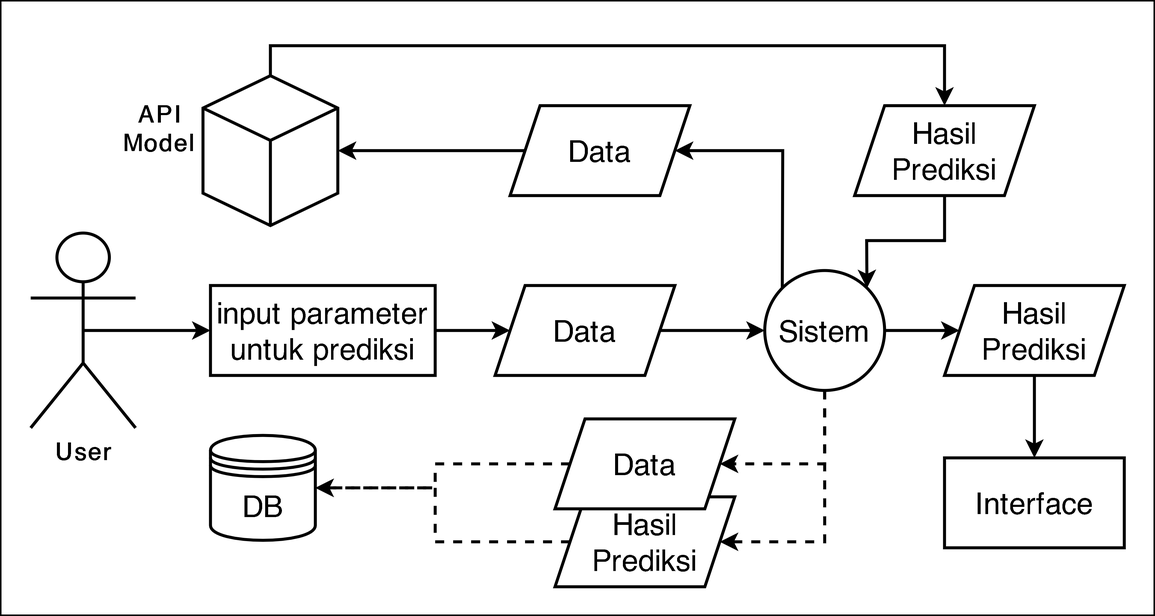
Earlier version of the draw.io export Images/arsitektur_sistem.png (rshby/skripsi). Source tidied: cells renumbered, new cells last; positions are measured from the earlier drawing's top-left corner, leaving out a move shared by most shapes.
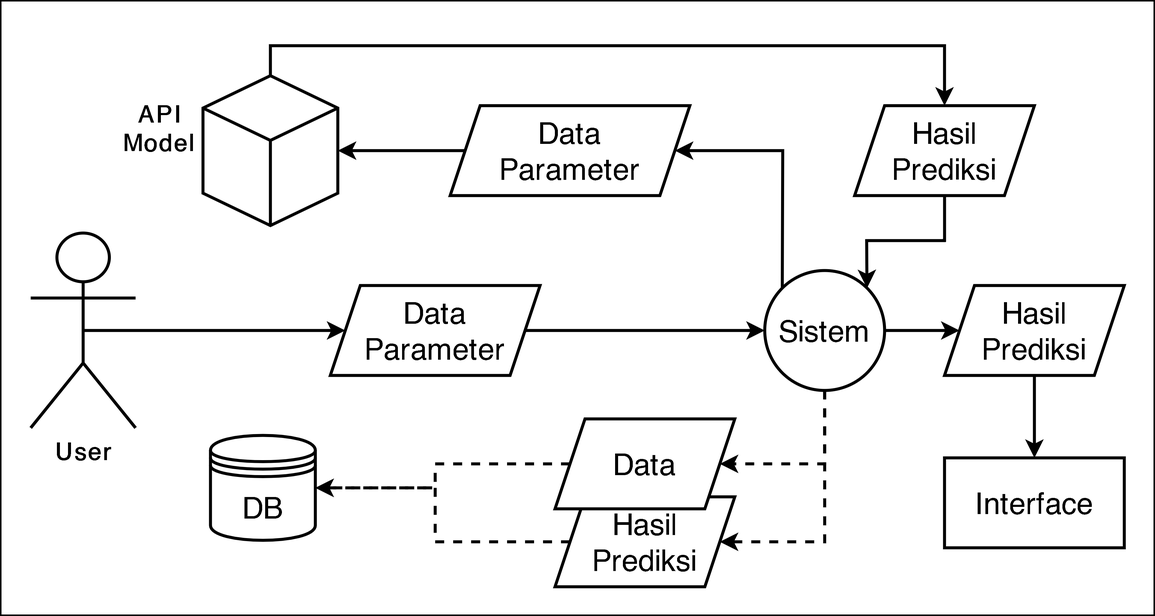
The same file after the commit.

Commit message:
Update revisi bab 3 flowchart dan arsitektur siste, dan model perancangan database

Change to the diagram source:
```diff
@@ -11,45 +11,39 @@
     <mxCell id="4" value="&lt;font style=&quot;font-size: 16px&quot;&gt;&lt;b&gt;User&lt;/b&gt;&lt;/font&gt;" style="shape=umlActor;verticalLabelPosition=bottom;verticalAlign=top;html=1;outlineConnect=0;strokeWidth=2;" parent="2" vertex="1">
       <mxGeometry x="20" y="155" width="70" height="130" as="geometry" />
     </mxCell>
-    <mxCell id="5" value="&lt;font style=&quot;font-size: 20px&quot;&gt;input parameter&lt;br&gt;untuk prediksi&lt;/font&gt;" style="rounded=0;whiteSpace=wrap;html=1;strokeWidth=2;" parent="2" vertex="1">
-      <mxGeometry x="140" y="190" width="150" height="60" as="geometry" />
-    </mxCell>
     <mxCell id="6" value="&lt;font style=&quot;font-size: 20px&quot;&gt;Interface&lt;/font&gt;" style="rounded=0;whiteSpace=wrap;html=1;strokeWidth=2;" parent="2" vertex="1">
       <mxGeometry x="630" y="305" width="120" height="60" as="geometry" />
     </mxCell>
     <mxCell id="7" style="endArrow=classic;html=1;exitX=0.5;exitY=1;exitDx=0;exitDy=0;entryX=0.5;entryY=0;entryDx=0;entryDy=0;strokeWidth=2;" parent="2" edge="1" source="18" target="6">
-      <mxGeometry relative="1" as="geometry" />
+      <mxGeometry as="geometry" />
     </mxCell>
     <mxCell id="8" value="&lt;font style=&quot;font-size: 20px&quot;&gt;Hasil&lt;br&gt;Prediksi&lt;/font&gt;" style="shape=parallelogram;perimeter=parallelogramPerimeter;whiteSpace=wrap;html=1;fixedSize=1;strokeWidth=2;" parent="2" vertex="1">
       <mxGeometry x="570" y="70" width="120" height="60" as="geometry" />
     </mxCell>
-    <mxCell id="9" value="&lt;span style=&quot;font-size: 20px&quot;&gt;Data&lt;/span&gt;" style="shape=parallelogram;perimeter=parallelogramPerimeter;whiteSpace=wrap;html=1;fixedSize=1;strokeWidth=2;" parent="2" vertex="1">
-      <mxGeometry x="330" y="190" width="120" height="60" as="geometry" />
+    <mxCell id="9" value="&lt;span style=&quot;font-size: 20px&quot;&gt;Data&lt;br&gt;Parameter&lt;/span&gt;" style="shape=parallelogram;perimeter=parallelogramPerimeter;whiteSpace=wrap;html=1;fixedSize=1;strokeWidth=2;" parent="2" vertex="1">
+      <mxGeometry x="220" y="190" width="140" height="60" as="geometry" />
     </mxCell>
-    <mxCell id="10" value="&lt;span style=&quot;font-size: 20px&quot;&gt;Data&lt;/span&gt;" style="shape=parallelogram;perimeter=parallelogramPerimeter;whiteSpace=wrap;html=1;fixedSize=1;strokeWidth=2;" parent="2" vertex="1">
-      <mxGeometry x="340" y="70" width="120" height="60" as="geometry" />
+    <mxCell id="10" value="&lt;span style=&quot;font-size: 20px&quot;&gt;Data&lt;br&gt;Parameter&lt;br&gt;&lt;/span&gt;" style="shape=parallelogram;perimeter=parallelogramPerimeter;whiteSpace=wrap;html=1;fixedSize=1;strokeWidth=2;" parent="2" vertex="1">
+      <mxGeometry x="300" y="70" width="160" height="60" as="geometry" />
     </mxCell>
-    <mxCell id="11" style="endArrow=classic;html=1;strokeWidth=2;exitX=0.5;exitY=0.5;exitDx=0;exitDy=0;exitPerimeter=0;entryX=0;entryY=0.5;entryDx=0;entryDy=0;" parent="2" edge="1" source="4" target="5">
-      <mxGeometry relative="1" as="geometry" />
+    <mxCell id="11" style="endArrow=classic;html=1;strokeWidth=2;exitX=0.5;exitY=0.5;exitDx=0;exitDy=0;exitPerimeter=0;entryX=0;entryY=0.5;entryDx=0;entryDy=0;" parent="2" edge="1" source="4" target="9">
+      <mxGeometry as="geometry" />
     </mxCell>
-    <mxCell id="12" style="endArrow=classic;html=1;strokeWidth=2;exitX=1;exitY=0.5;exitDx=0;exitDy=0;entryX=0;entryY=0.5;entryDx=0;entryDy=0;" parent="2" edge="1" source="5" target="9">
-      <mxGeometry relative="1" as="geometry" />
-    </mxCell>
     <mxCell id="13" style="endArrow=classic;html=1;strokeWidth=2;exitX=1;exitY=0.5;exitDx=0;exitDy=0;entryX=0;entryY=0.5;entryDx=0;entryDy=0;" parent="2" edge="1" source="9" target="27">
-      <mxGeometry relative="1" as="geometry" />
+      <mxGeometry as="geometry" />
     </mxCell>
     <mxCell id="14" style="endArrow=classic;html=1;strokeWidth=2;exitX=0;exitY=0;exitDx=0;exitDy=0;entryX=1;entryY=0.5;entryDx=0;entryDy=0;rounded=0;" parent="2" edge="1" source="27" target="10">
-      <mxGeometry relative="1" as="geometry">
+      <mxGeometry as="geometry">
         <Array as="points">
           <mxPoint x="522" y="100" />
         </Array>
       </mxGeometry>
     </mxCell>
     <mxCell id="15" style="endArrow=classic;html=1;strokeWidth=2;exitX=0;exitY=0.5;exitDx=0;exitDy=0;entryX=1;entryY=0.5;entryDx=0;entryDy=0;entryPerimeter=0;" parent="2" edge="1" source="10" target="28">
-      <mxGeometry relative="1" as="geometry" />
+      <mxGeometry as="geometry" />
     </mxCell>
     <mxCell id="16" style="endArrow=classic;html=1;strokeWidth=2;exitX=0.5;exitY=0;exitDx=0;exitDy=0;exitPerimeter=0;entryX=0.5;entryY=0;entryDx=0;entryDy=0;rounded=0;" parent="2" edge="1" source="28" target="8">
-      <mxGeometry relative="1" as="geometry">
+      <mxGeometry as="geometry">
         <Array as="points">
           <mxPoint x="180" y="30" />
           <mxPoint x="630" y="30" />
@@ -57,7 +51,7 @@
       </mxGeometry>
     </mxCell>
     <mxCell id="17" style="endArrow=classic;html=1;strokeWidth=2;entryX=1;entryY=0;entryDx=0;entryDy=0;exitX=0.5;exitY=1;exitDx=0;exitDy=0;rounded=0;" parent="2" edge="1" source="8" target="27">
-      <mxGeometry relative="1" as="geometry">
+      <mxGeometry as="geometry">
         <Array as="points">
           <mxPoint x="630" y="160" />
           <mxPoint x="578" y="160" />
@@ -68,7 +62,7 @@
       <mxGeometry x="630" y="190" width="120" height="60" as="geometry" />
     </mxCell>
     <mxCell id="19" style="endArrow=classic;html=1;strokeWidth=2;exitX=1;exitY=0.5;exitDx=0;exitDy=0;entryX=0;entryY=0.5;entryDx=0;entryDy=0;" parent="2" edge="1" source="27" target="18">
-      <mxGeometry relative="1" as="geometry" />
+      <mxGeometry as="geometry" />
     </mxCell>
     <mxCell id="20" style="group;" parent="2" vertex="1">
       <mxGeometry x="370" y="279" width="120" height="112" as="geometry" />
@@ -80,7 +74,7 @@
       <mxGeometry width="120" height="60" as="geometry" />
     </mxCell>
     <mxCell id="23" style="endArrow=classic;html=1;strokeWidth=2;exitX=0.5;exitY=1;exitDx=0;exitDy=0;entryX=1;entryY=0.5;entryDx=0;entryDy=0;rounded=0;dashed=1;" parent="2" edge="1" target="22">
-      <mxGeometry relative="1" as="geometry">
+      <mxGeometry as="geometry">
         <mxPoint x="550" y="260" as="sourcePoint" />
         <Array as="points">
           <mxPoint x="550" y="309" />
@@ -88,14 +82,14 @@
       </mxGeometry>
     </mxCell>
     <mxCell id="24" style="endArrow=classic;html=1;strokeWidth=2;exitX=0.5;exitY=1;exitDx=0;exitDy=0;entryX=1;entryY=0.5;entryDx=0;entryDy=0;rounded=0;dashed=1;" parent="2" edge="1" source="27" target="21">
-      <mxGeometry relative="1" as="geometry">
+      <mxGeometry as="geometry">
         <Array as="points">
           <mxPoint x="550" y="361" />
         </Array>
       </mxGeometry>
     </mxCell>
     <mxCell id="25" style="endArrow=classic;html=1;strokeWidth=2;exitX=0;exitY=0.5;exitDx=0;exitDy=0;entryX=1;entryY=0.5;entryDx=0;entryDy=0;rounded=0;dashed=1;" parent="2" edge="1" source="22" target="30">
-      <mxGeometry relative="1" as="geometry">
+      <mxGeometry as="geometry">
         <Array as="points">
           <mxPoint x="290" y="309" />
           <mxPoint x="290" y="325" />
@@ -103,7 +97,7 @@
       </mxGeometry>
     </mxCell>
     <mxCell id="26" style="endArrow=classic;html=1;strokeWidth=2;exitX=0;exitY=0.5;exitDx=0;exitDy=0;entryX=1;entryY=0.5;entryDx=0;entryDy=0;rounded=0;dashed=1;" parent="2" edge="1" source="21" target="30">
-      <mxGeometry relative="1" as="geometry">
+      <mxGeometry as="geometry">
         <Array as="points">
           <mxPoint x="290" y="361" />
           <mxPoint x="290" y="325" />
```
